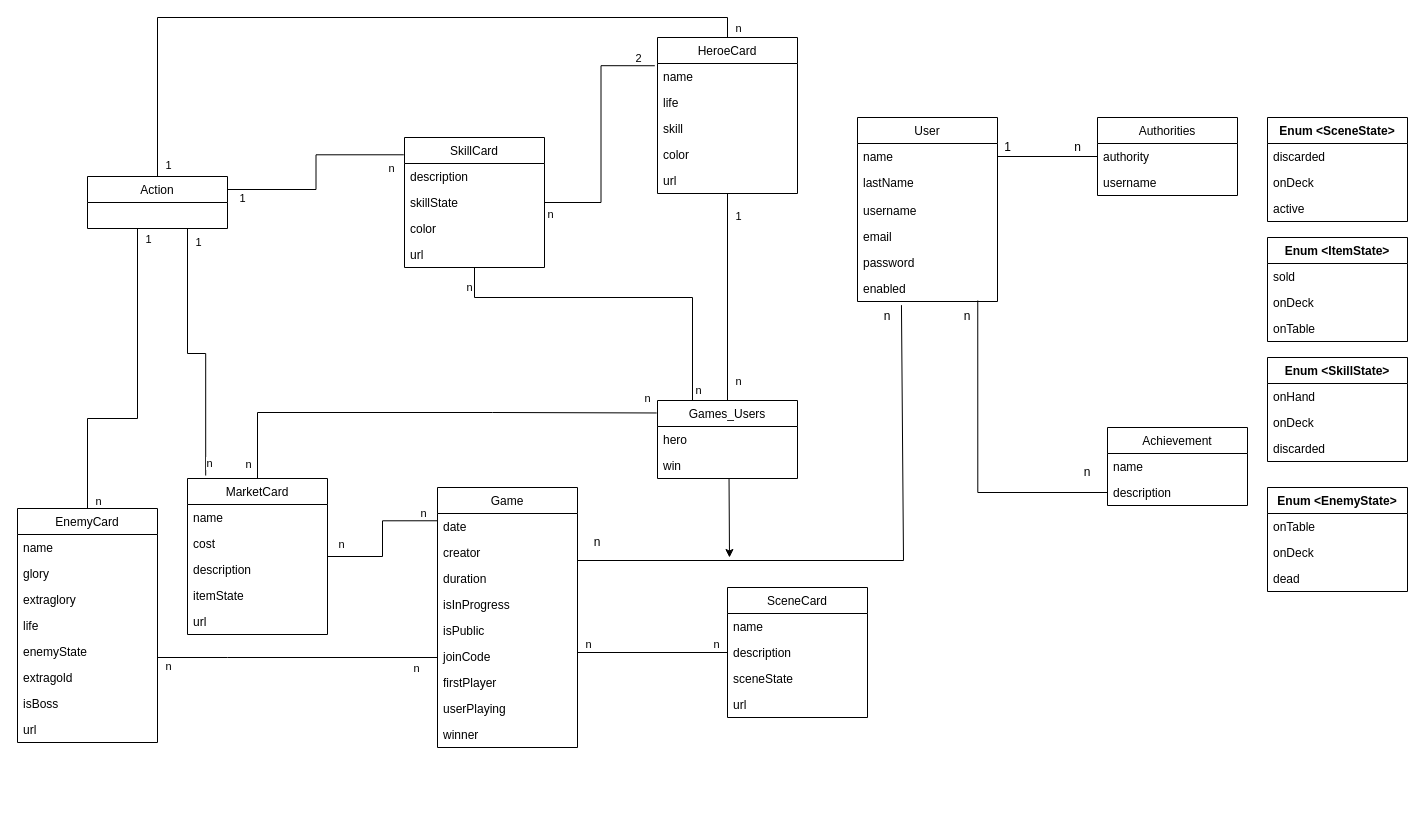
The draw.io diagram docs/modeloConceptual.drawio in gii-is-DP1/dp1-2021-2022-g7-02, before the edit. Source tidied: cells renumbered, new cells numbered last; positions are measured from the earlier drawing's top-left corner, leaving out a move shared by most shapes. Both pictures are drawn from the tidied source at 100%, with x=0, y=0 at pixel (17, 17).
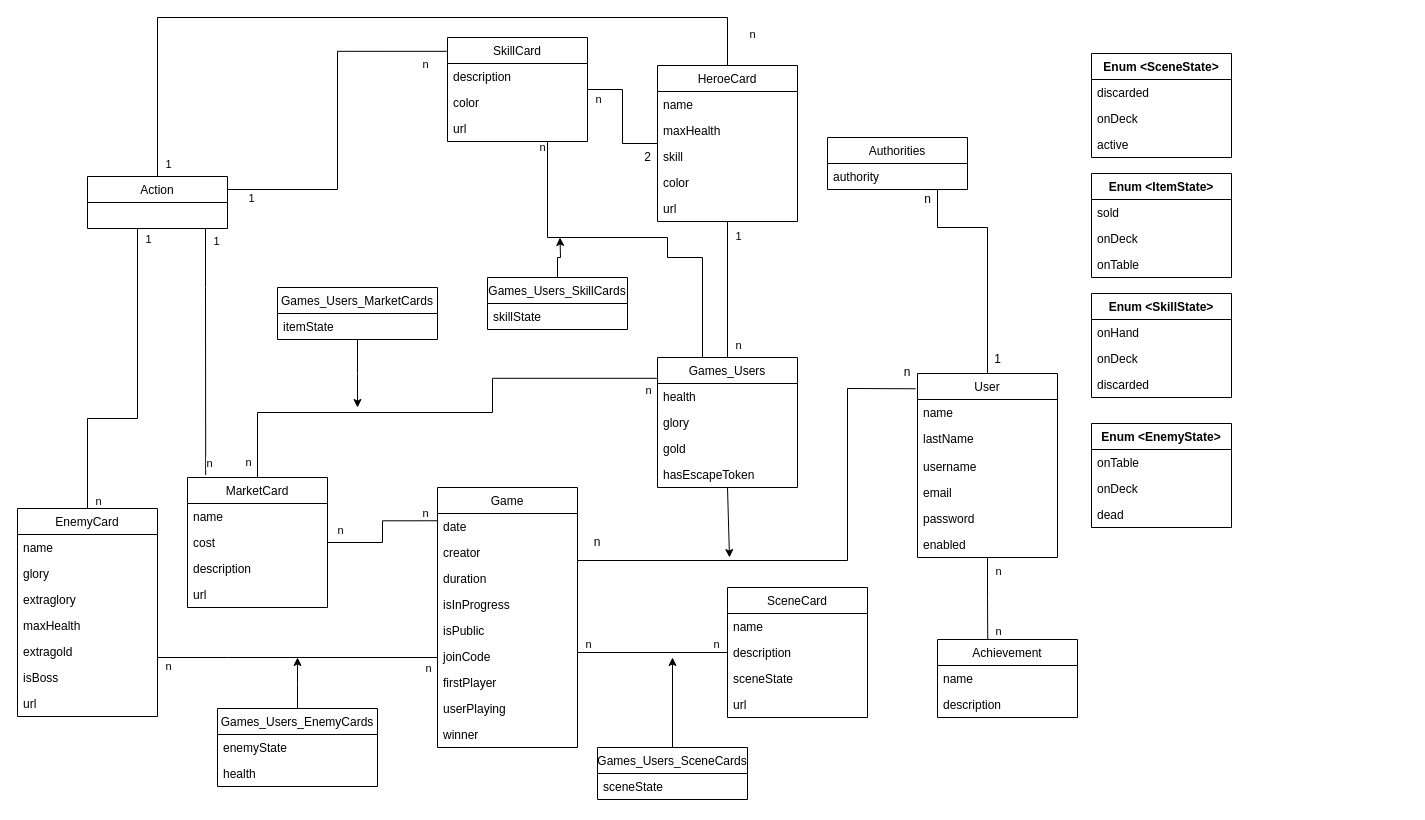
The same page after the edit.

Unchanged cells that the change refers to:
```xml
<mxCell id="3" value="name" style="text;strokeColor=none;fillColor=none;align=left;verticalAlign=top;spacingLeft=4;spacingRight=4;overflow=hidden;points=[[0,0.5],[1,0.5]];portConstraint=eastwest;" parent="2" vertex="1">
  <mxGeometry y="26" width="140" height="26" as="geometry" />
</mxCell>
<mxCell id="8" value="enabled" style="text;strokeColor=none;fillColor=none;align=left;verticalAlign=top;spacingLeft=4;spacingRight=4;overflow=hidden;points=[[0,0.5],[1,0.5]];portConstraint=eastwest;" parent="2" vertex="1">
  <mxGeometry y="158" width="140" height="26" as="geometry" />
</mxCell>
<mxCell id="27" value="description" style="text;strokeColor=none;fillColor=none;align=left;verticalAlign=top;spacingLeft=4;spacingRight=4;overflow=hidden;points=[[0,0.5],[1,0.5]];portConstraint=eastwest;" parent="25" vertex="1">
  <mxGeometry y="52" width="140" height="26" as="geometry" />
</mxCell>
<mxCell id="40" value="authority" style="text;strokeColor=none;fillColor=none;align=left;verticalAlign=top;spacingLeft=4;spacingRight=4;overflow=hidden;points=[[0,0.5],[1,0.5]];portConstraint=eastwest;" parent="39" vertex="1">
  <mxGeometry y="26" width="140" height="26" as="geometry" />
</mxCell>
<mxCell id="45" style="edgeStyle=orthogonalEdgeStyle;rounded=0;jettySize=auto;html=1;startArrow=none;startFill=0;endArrow=none;endFill=0;" parent="1" edge="1" source="48" target="9">
  <mxGeometry relative="1" as="geometry">
    <Array as="points">
      <mxPoint x="210" y="640" />
      <mxPoint x="210" y="640" />
    </Array>
  </mxGeometry>
</mxCell>
<mxCell id="66" style="edgeStyle=orthogonalEdgeStyle;rounded=0;jettySize=auto;html=1;entryX=-0.006;entryY=0.16;entryDx=0;entryDy=0;entryPerimeter=0;startArrow=none;startFill=0;endArrow=none;endFill=0;" parent="1" edge="1" source="69" target="35">
  <mxGeometry relative="1" as="geometry">
    <Array as="points">
      <mxPoint x="240" y="395" />
      <mxPoint x="475" y="395" />
    </Array>
  </mxGeometry>
</mxCell>
<mxCell id="118" value="Action" style="swimlane;fontStyle=0;horizontal=1;startSize=26;fillColor=none;" parent="1" vertex="1">
  <mxGeometry x="70" y="159" width="140" height="52" as="geometry" />
</mxCell>
```

Change to the diagram source:
```diff
@@
+    <mxCell id="119" style="edgeStyle=orthogonalEdgeStyle;rounded=0;jettySize=auto;html=1;entryX=0.359;entryY=-0.005;entryDx=0;entryDy=0;entryPerimeter=0;endArrow=none;endFill=0;" parent="1" edge="1" source="2" target="25">
+      <mxGeometry relative="1" as="geometry" />
+    </mxCell>
+    <mxCell id="120" value="n" style="edgeLabel;html=1;align=center;verticalAlign=middle;" parent="119" vertex="1">
+      <mxGeometry x="0.75" y="-2" relative="1" as="geometry">
+        <mxPoint x="12" y="2" as="offset" />
+      </mxGeometry>
+    </mxCell>
+    <mxCell id="121" value="n" style="edgeLabel;html=1;align=center;verticalAlign=middle;" parent="119" vertex="1">
+      <mxGeometry x="-0.69" relative="1" as="geometry">
+        <mxPoint x="10" as="offset" />
+      </mxGeometry>
+    </mxCell>
     <mxCell id="2" value="User" style="swimlane;fontStyle=0;horizontal=1;startSize=26;fillColor=none;" parent="1" vertex="1">
-      <mxGeometry x="840" y="100" width="140" height="184" as="geometry" />
+      <mxGeometry x="900" y="356" width="140" height="184" as="geometry" />
     </mxCell>
@@
-    <mxCell id="19" style="endArrow=none;html=1;rounded=0;endFill=0;exitX=0.314;exitY=1.139;exitDx=0;exitDy=0;exitPerimeter=0;" parent="1" edge="1" source="8">
+    <mxCell id="19" style="endArrow=none;html=1;rounded=0;endFill=0;exitX=-0.013;exitY=0.083;exitDx=0;exitDy=0;exitPerimeter=0;" parent="1" edge="1" source="2">
       <mxGeometry relative="1" as="geometry">
         <mxPoint x="560" y="543" as="targetPoint" />
         <Array as="points">
-          <mxPoint x="886" y="543" />
+          <mxPoint x="830" y="371" />
+          <mxPoint x="830" y="543" />
         </Array>
       </mxGeometry>
     </mxCell>
     <mxCell id="20" value="Enum &lt;SkillState&gt;" style="swimlane;fontStyle=1;horizontal=1;startSize=26;fillColor=none;" parent="1" vertex="1">
-      <mxGeometry x="1250" y="340" width="140" height="104" as="geometry" />
+      <mxGeometry x="1074" y="276" width="140" height="104" as="geometry" />
     </mxCell>
@@
-    <mxCell id="24" style="edgeStyle=orthogonalEdgeStyle;rounded=0;jettySize=auto;html=1;entryX=0;entryY=0.5;entryDx=0;entryDy=0;endArrow=none;endFill=0;exitX=0.859;exitY=0.963;exitDx=0;exitDy=0;exitPerimeter=0;" parent="1" edge="1" source="8" target="27">
-      <mxGeometry relative="1" as="geometry" />
-    </mxCell>
     <mxCell id="25" value="Achievement" style="swimlane;fontStyle=0;horizontal=1;startSize=26;fillColor=none;" parent="1" vertex="1">
-      <mxGeometry x="1090" y="410" width="140" height="78" as="geometry" />
+      <mxGeometry x="920" y="622" width="140" height="78" as="geometry" />
     </mxCell>
@@
-    <mxCell id="28" value="n" style="text;html=1;strokeColor=none;fillColor=none;align=center;verticalAlign=middle;whiteSpace=wrap;rounded=0;" parent="1" vertex="1">
-      <mxGeometry x="940" y="284" width="20" height="30" as="geometry" />
-    </mxCell>
-    <mxCell id="29" value="n" style="text;html=1;strokeColor=none;fillColor=none;align=center;verticalAlign=middle;whiteSpace=wrap;rounded=0;" parent="1" vertex="1">
-      <mxGeometry x="1060" y="440" width="20" height="30" as="geometry" />
-    </mxCell>
@@
     <mxCell id="31" value="n" style="text;html=1;strokeColor=none;fillColor=none;align=center;verticalAlign=middle;whiteSpace=wrap;rounded=0;" parent="1" vertex="1">
-      <mxGeometry x="860" y="284" width="20" height="30" as="geometry" />
+      <mxGeometry x="880" y="340" width="20" height="30" as="geometry" />
     </mxCell>
@@
     <mxCell id="35" value="Games_Users" style="swimlane;fontStyle=0;horizontal=1;startSize=26;fillColor=none;" parent="1" vertex="1">
-      <mxGeometry x="640" y="383" width="140" height="78" as="geometry" />
+      <mxGeometry x="640" y="340" width="140" height="130" as="geometry" />
     </mxCell>
-    <mxCell id="36" value="hero" style="text;strokeColor=none;fillColor=none;align=left;verticalAlign=top;spacingLeft=4;spacingRight=4;overflow=hidden;" parent="35" vertex="1">
-      <mxGeometry y="26" width="140" height="26" as="geometry" />
-    </mxCell>
-    <mxCell id="37" value="win" style="text;strokeColor=none;fillColor=none;align=left;verticalAlign=top;spacingLeft=4;spacingRight=4;overflow=hidden;points=[[0,0.5],[1,0.5]];portConstraint=eastwest;" parent="35" vertex="1">
-      <mxGeometry y="52" width="140" height="26" as="geometry" />
-    </mxCell>
+    <mxCell id="122" value="health" style="text;strokeColor=none;fillColor=none;align=left;verticalAlign=top;spacingLeft=4;spacingRight=4;overflow=hidden;" parent="35" vertex="1">
+      <mxGeometry y="26" width="140" height="26" as="geometry" />
+    </mxCell>
+    <mxCell id="123" value="glory" style="text;strokeColor=none;fillColor=none;align=left;verticalAlign=top;spacingLeft=4;spacingRight=4;overflow=hidden;" parent="35" vertex="1">
+      <mxGeometry y="52" width="140" height="26" as="geometry" />
+    </mxCell>
+    <mxCell id="124" value="gold" style="text;strokeColor=none;fillColor=none;align=left;verticalAlign=top;spacingLeft=4;spacingRight=4;overflow=hidden;" parent="35" vertex="1">
+      <mxGeometry y="78" width="140" height="26" as="geometry" />
+    </mxCell>
+    <mxCell id="125" value="hasEscapeToken" style="text;strokeColor=none;fillColor=none;align=left;verticalAlign=top;spacingLeft=4;spacingRight=4;overflow=hidden;" parent="35" vertex="1">
+      <mxGeometry y="104" width="140" height="26" as="geometry" />
+    </mxCell>
-    <mxCell id="38" style="endArrow=none;html=1;rounded=0;entryX=0.511;entryY=0.984;entryDx=0;entryDy=0;entryPerimeter=0;endFill=0;startArrow=classic;startFill=1;" parent="1" edge="1" target="37">
+    <mxCell id="38" style="endArrow=none;html=1;rounded=0;endFill=0;startArrow=classic;startFill=1;entryX=0.5;entryY=1;entryDx=0;entryDy=0;" parent="1" edge="1" target="35">
       <mxGeometry relative="1" as="geometry">
         <mxPoint x="712" y="540" as="sourcePoint" />
       </mxGeometry>
     </mxCell>
     <mxCell id="39" value="Authorities" style="swimlane;fontStyle=0;horizontal=1;startSize=26;fillColor=none;" parent="1" vertex="1">
-      <mxGeometry x="1080" y="100" width="140" height="78" as="geometry" />
+      <mxGeometry x="810" y="120" width="140" height="52" as="geometry" />
     </mxCell>
@@
-    <mxCell id="41" value="username" style="text;strokeColor=none;fillColor=none;align=left;verticalAlign=top;spacingLeft=4;spacingRight=4;overflow=hidden;" parent="39" vertex="1">
-      <mxGeometry y="52" width="140" height="26" as="geometry" />
-    </mxCell>
-    <mxCell id="42" style="edgeStyle=orthogonalEdgeStyle;rounded=0;jettySize=auto;html=1;entryX=0;entryY=0.5;entryDx=0;entryDy=0;endArrow=none;endFill=0;" parent="1" edge="1" source="3" target="40">
-      <mxGeometry relative="1" as="geometry" />
+    <mxCell id="42" style="edgeStyle=orthogonalEdgeStyle;rounded=0;jettySize=auto;html=1;endArrow=none;endFill=0;exitX=0.5;exitY=0;exitDx=0;exitDy=0;entryX=0.695;entryY=1.002;entryDx=0;entryDy=0;entryPerimeter=0;" parent="1" edge="1" source="2" target="40">
+      <mxGeometry relative="1" as="geometry">
+        <Array as="points">
+          <mxPoint x="970" y="210" />
+          <mxPoint x="920" y="210" />
+          <mxPoint x="920" y="172" />
+        </Array>
+      </mxGeometry>
     </mxCell>
     <mxCell id="43" value="1" style="text;html=1;align=center;verticalAlign=middle;strokeColor=none;fillColor=none;" parent="1" vertex="1">
-      <mxGeometry x="980" y="120" width="20" height="20" as="geometry" />
+      <mxGeometry x="970" y="332" width="20" height="20" as="geometry" />
     </mxCell>
     <mxCell id="44" value="n" style="text;html=1;align=center;verticalAlign=middle;strokeColor=none;fillColor=none;" parent="1" vertex="1">
-      <mxGeometry x="1050" y="120" width="20" height="20" as="geometry" />
+      <mxGeometry x="900" y="172" width="20" height="20" as="geometry" />
     </mxCell>
@@
     <mxCell id="47" value="n" style="edgeLabel;html=1;align=center;verticalAlign=middle;" parent="45" vertex="1">
       <mxGeometry x="0.84" y="-2" relative="1" as="geometry">
-        <mxPoint y="8" as="offset" />
+        <mxPoint x="12" y="8" as="offset" />
       </mxGeometry>
     </mxCell>
     <mxCell id="48" value="EnemyCard" style="swimlane;fontStyle=0;horizontal=1;startSize=26;fillColor=none;" parent="1" vertex="1">
-      <mxGeometry y="491" width="140" height="234" as="geometry" />
+      <mxGeometry y="491" width="140" height="208" as="geometry" />
     </mxCell>
@@
-    <mxCell id="52" value="life" style="text;strokeColor=none;fillColor=none;align=left;verticalAlign=top;spacingLeft=4;spacingRight=4;overflow=hidden;" parent="48" vertex="1">
+    <mxCell id="52" value="maxHealth" style="text;strokeColor=none;fillColor=none;align=left;verticalAlign=top;spacingLeft=4;spacingRight=4;overflow=hidden;" parent="48" vertex="1">
       <mxGeometry y="104" width="140" height="26" as="geometry" />
     </mxCell>
-    <mxCell id="53" value="enemyState" style="text;strokeColor=none;fillColor=none;align=left;verticalAlign=top;spacingLeft=4;spacingRight=4;overflow=hidden;" parent="48" vertex="1">
-      <mxGeometry y="130" width="140" height="26" as="geometry" />
-    </mxCell>
     <mxCell id="54" value="extragold" style="text;strokeColor=none;fillColor=none;align=left;verticalAlign=top;spacingLeft=4;spacingRight=4;overflow=hidden;" parent="48" vertex="1">
-      <mxGeometry y="156" width="140" height="26" as="geometry" />
+      <mxGeometry y="130" width="140" height="26" as="geometry" />
     </mxCell>
     <mxCell id="55" value="isBoss" style="text;strokeColor=none;fillColor=none;align=left;verticalAlign=top;spacingLeft=4;spacingRight=4;overflow=hidden;" parent="48" vertex="1">
-      <mxGeometry y="182" width="140" height="26" as="geometry" />
+      <mxGeometry y="156" width="140" height="26" as="geometry" />
     </mxCell>
     <mxCell id="56" value="url" style="text;strokeColor=none;fillColor=none;align=left;verticalAlign=top;spacingLeft=4;spacingRight=4;overflow=hidden;" parent="48" vertex="1">
-      <mxGeometry y="208" width="140" height="26" as="geometry" />
+      <mxGeometry y="182" width="140" height="26" as="geometry" />
     </mxCell>
     <mxCell id="57" value="HeroeCard" style="swimlane;fontStyle=0;horizontal=1;startSize=26;fillColor=none;" parent="1" vertex="1">
-      <mxGeometry x="640" y="20" width="140" height="156" as="geometry" />
+      <mxGeometry x="640" y="48" width="140" height="156" as="geometry" />
     </mxCell>
@@
-    <mxCell id="59" value="life" style="text;strokeColor=none;fillColor=none;align=left;verticalAlign=top;spacingLeft=4;spacingRight=4;overflow=hidden;" parent="57" vertex="1">
+    <mxCell id="59" value="maxHealth" style="text;strokeColor=none;fillColor=none;align=left;verticalAlign=top;spacingLeft=4;spacingRight=4;overflow=hidden;" parent="57" vertex="1">
       <mxGeometry y="52" width="140" height="26" as="geometry" />
     </mxCell>
@@
     <mxCell id="68" value="n" style="edgeLabel;html=1;align=center;verticalAlign=middle;" parent="66" vertex="1">
       <mxGeometry x="0.94" y="-1" relative="1" as="geometry">
-        <mxPoint x="5" y="-16" as="offset" />
+        <mxPoint x="7" y="11" as="offset" />
       </mxGeometry>
     </mxCell>
     <mxCell id="69" value="MarketCard" style="swimlane;fontStyle=0;horizontal=1;startSize=26;fillColor=none;" parent="1" vertex="1">
-      <mxGeometry x="170" y="461" width="140" height="156" as="geometry" />
+      <mxGeometry x="170" y="460" width="140" height="130" as="geometry" />
     </mxCell>
@@
-    <mxCell id="73" value="itemState" style="text;strokeColor=none;fillColor=none;align=left;verticalAlign=top;spacingLeft=4;spacingRight=4;overflow=hidden;" parent="69" vertex="1">
-      <mxGeometry y="104" width="140" height="26" as="geometry" />
-    </mxCell>
     <mxCell id="74" value="url" style="text;strokeColor=none;fillColor=none;align=left;verticalAlign=top;spacingLeft=4;spacingRight=4;overflow=hidden;" parent="69" vertex="1">
-      <mxGeometry y="130" width="140" height="26" as="geometry" />
+      <mxGeometry y="104" width="140" height="26" as="geometry" />
     </mxCell>
@@
     <mxCell id="83" style="edgeStyle=orthogonalEdgeStyle;rounded=0;jettySize=auto;html=1;startArrow=none;startFill=0;endArrow=none;endFill=0;entryX=0.25;entryY=0;entryDx=0;entryDy=0;" parent="1" edge="1" source="89" target="35">
       <mxGeometry relative="1" as="geometry">
         <Array as="points">
-          <mxPoint x="457" y="280" />
-          <mxPoint x="675" y="280" />
+          <mxPoint x="530" y="220" />
+          <mxPoint x="650" y="220" />
+          <mxPoint x="650" y="240" />
+          <mxPoint x="685" y="240" />
         </Array>
       </mxGeometry>
     </mxCell>
     <mxCell id="84" value="n" style="edgeLabel;html=1;align=center;verticalAlign=middle;" parent="83" vertex="1">
       <mxGeometry x="-0.86" y="-3" relative="1" as="geometry">
-        <mxPoint x="-3" y="-6" as="offset" />
+        <mxPoint x="-3" y="-22" as="offset" />
       </mxGeometry>
     </mxCell>
-    <mxCell id="85" value="n" style="edgeLabel;html=1;align=center;verticalAlign=middle;" parent="83" vertex="1">
-      <mxGeometry x="0.94" y="1" relative="1" as="geometry">
-        <mxPoint x="4" as="offset" />
-      </mxGeometry>
-    </mxCell>
-    <mxCell id="86" style="edgeStyle=orthogonalEdgeStyle;rounded=0;jettySize=auto;html=1;entryX=-0.019;entryY=0.181;entryDx=0;entryDy=0;entryPerimeter=0;startArrow=none;startFill=0;endArrow=none;endFill=0;" parent="1" edge="1" source="89" target="57">
+    <mxCell id="86" style="edgeStyle=orthogonalEdgeStyle;rounded=0;jettySize=auto;html=1;endArrow=none;endFill=0;" parent="1" edge="1" source="89" target="57">
       <mxGeometry relative="1" as="geometry" />
     </mxCell>
-    <mxCell id="87" value="2" style="edgeLabel;html=1;align=center;verticalAlign=middle;" parent="86" vertex="1">
-      <mxGeometry x="0.86" relative="1" as="geometry">
-        <mxPoint y="-8" as="offset" />
-      </mxGeometry>
-    </mxCell>
-    <mxCell id="88" value="n" style="edgeLabel;html=1;align=center;verticalAlign=middle;" parent="86" vertex="1">
-      <mxGeometry x="-0.86" y="2" relative="1" as="geometry">
-        <mxPoint x="-12" y="13" as="offset" />
-      </mxGeometry>
-    </mxCell>
+    <mxCell id="126" value="n" style="edgeLabel;html=1;align=center;verticalAlign=middle;" parent="86" vertex="1">
+      <mxGeometry x="-0.43" y="3" relative="1" as="geometry">
+        <mxPoint x="-28" y="9" as="offset" />
+      </mxGeometry>
+    </mxCell>
     <mxCell id="89" value="SkillCard" style="swimlane;fontStyle=0;horizontal=1;startSize=26;fillColor=none;" parent="1" vertex="1">
-      <mxGeometry x="387" y="120" width="140" height="130" as="geometry" />
+      <mxGeometry x="430" y="20" width="140" height="104" as="geometry" />
     </mxCell>
@@
-    <mxCell id="91" value="skillState" style="text;strokeColor=none;fillColor=none;align=left;verticalAlign=top;spacingLeft=4;spacingRight=4;overflow=hidden;" parent="89" vertex="1">
-      <mxGeometry y="52" width="140" height="26" as="geometry" />
-    </mxCell>
     <mxCell id="92" value="color" style="text;strokeColor=none;fillColor=none;align=left;verticalAlign=top;spacingLeft=4;spacingRight=4;overflow=hidden;" parent="89" vertex="1">
-      <mxGeometry y="78" width="140" height="26" as="geometry" />
+      <mxGeometry y="52" width="140" height="26" as="geometry" />
     </mxCell>
     <mxCell id="93" value="url" style="text;strokeColor=none;fillColor=none;align=left;verticalAlign=top;spacingLeft=4;spacingRight=4;overflow=hidden;" parent="89" vertex="1">
-      <mxGeometry y="104" width="140" height="26" as="geometry" />
+      <mxGeometry y="78" width="140" height="26" as="geometry" />
     </mxCell>
     <mxCell id="94" value="Enum &lt;EnemyState&gt;" style="swimlane;fontStyle=1;horizontal=1;startSize=26;fillColor=none;" parent="1" vertex="1">
-      <mxGeometry x="1250" y="470" width="140" height="104" as="geometry" />
+      <mxGeometry x="1074" y="406" width="140" height="104" as="geometry" />
     </mxCell>
@@
     <mxCell id="98" value="Enum &lt;ItemState&gt;" style="swimlane;fontStyle=1;horizontal=1;startSize=26;fillColor=none;" parent="1" vertex="1">
-      <mxGeometry x="1250" y="220" width="140" height="104" as="geometry" />
+      <mxGeometry x="1074" y="156" width="140" height="104" as="geometry" />
     </mxCell>
@@
     <mxCell id="102" value="Enum &lt;SceneState&gt;" style="swimlane;fontStyle=1;horizontal=1;startSize=26;fillColor=none;" parent="1" vertex="1">
-      <mxGeometry x="1250" y="100" width="140" height="104" as="geometry" />
+      <mxGeometry x="1074" y="36" width="140" height="104" as="geometry" />
     </mxCell>
@@
     <mxCell id="112" style="edgeStyle=orthogonalEdgeStyle;rounded=0;jettySize=auto;html=1;entryX=0.13;entryY=-0.019;entryDx=0;entryDy=0;entryPerimeter=0;startArrow=none;startFill=0;endArrow=none;endFill=0;" parent="1" edge="1" source="118" target="69">
       <mxGeometry relative="1" as="geometry">
         <Array as="points">
-          <mxPoint x="170" y="336" />
-          <mxPoint x="188" y="336" />
+          <mxPoint x="188" y="270" />
+          <mxPoint x="188" y="270" />
         </Array>
       </mxGeometry>
     </mxCell>
@@
+    <mxCell id="127" style="edgeStyle=orthogonalEdgeStyle;rounded=0;jettySize=auto;html=1;endArrow=classic;endFill=1;exitX=0.5;exitY=0;exitDx=0;exitDy=0;" parent="1" edge="1" source="128">
+      <mxGeometry relative="1" as="geometry">
+        <mxPoint x="542.5" y="220" as="targetPoint" />
+      </mxGeometry>
+    </mxCell>
+    <mxCell id="87" value="2" style="text;html=1;align=center;verticalAlign=middle;strokeColor=none;fillColor=none;" parent="1" vertex="1">
+      <mxGeometry x="620" y="130" width="20" height="20" as="geometry" />
+    </mxCell>
+    <mxCell id="128" value="Games_Users_SkillCards" style="swimlane;fontStyle=0;horizontal=1;startSize=26;fillColor=none;" parent="1" vertex="1">
+      <mxGeometry x="470" y="260" width="140" height="52" as="geometry" />
+    </mxCell>
+    <mxCell id="91" value="skillState" style="text;strokeColor=none;fillColor=none;align=left;verticalAlign=top;spacingLeft=4;spacingRight=4;overflow=hidden;" parent="128" vertex="1">
+      <mxGeometry y="26" width="140" height="26" as="geometry" />
+    </mxCell>
+    <mxCell id="129" style="edgeStyle=orthogonalEdgeStyle;rounded=0;jettySize=auto;html=1;endArrow=classic;endFill=1;" parent="1" edge="1" source="130">
+      <mxGeometry relative="1" as="geometry">
+        <mxPoint x="340" y="390" as="targetPoint" />
+      </mxGeometry>
+    </mxCell>
+    <mxCell id="130" value="Games_Users_MarketCards" style="swimlane;fontStyle=0;horizontal=1;startSize=26;fillColor=none;" parent="1" vertex="1">
+      <mxGeometry x="260" y="270" width="160" height="52" as="geometry" />
+    </mxCell>
+    <mxCell id="73" value="itemState" style="text;strokeColor=none;fillColor=none;align=left;verticalAlign=top;spacingLeft=4;spacingRight=4;overflow=hidden;" parent="130" vertex="1">
+      <mxGeometry y="26" width="160" height="26" as="geometry" />
+    </mxCell>
+    <mxCell id="131" style="edgeStyle=orthogonalEdgeStyle;rounded=0;jettySize=auto;html=1;endArrow=classic;endFill=1;" parent="1" edge="1" source="132">
+      <mxGeometry relative="1" as="geometry">
+        <mxPoint x="280" y="640" as="targetPoint" />
+      </mxGeometry>
+    </mxCell>
+    <mxCell id="132" value="Games_Users_EnemyCards" style="swimlane;fontStyle=0;horizontal=1;startSize=26;fillColor=none;" parent="1" vertex="1">
+      <mxGeometry x="200" y="691" width="160" height="78" as="geometry" />
+    </mxCell>
+    <mxCell id="53" value="enemyState" style="text;strokeColor=none;fillColor=none;align=left;verticalAlign=top;spacingLeft=4;spacingRight=4;overflow=hidden;" parent="132" vertex="1">
+      <mxGeometry y="26" width="160" height="26" as="geometry" />
+    </mxCell>
+    <mxCell id="133" value="health" style="text;strokeColor=none;fillColor=none;align=left;verticalAlign=top;spacingLeft=4;spacingRight=4;overflow=hidden;" parent="132" vertex="1">
+      <mxGeometry y="52" width="160" height="26" as="geometry" />
+    </mxCell>
+    <mxCell id="134" style="edgeStyle=orthogonalEdgeStyle;rounded=0;jettySize=auto;html=1;endArrow=classic;endFill=1;" parent="1" edge="1" source="135">
+      <mxGeometry relative="1" as="geometry">
+        <mxPoint x="655" y="640" as="targetPoint" />
+      </mxGeometry>
+    </mxCell>
+    <mxCell id="135" value="Games_Users_SceneCards" style="swimlane;fontStyle=0;horizontal=1;startSize=26;fillColor=none;" parent="1" vertex="1">
+      <mxGeometry x="580" y="730" width="150" height="52" as="geometry" />
+    </mxCell>
+    <mxCell id="136" value="sceneState" style="text;strokeColor=none;fillColor=none;align=left;verticalAlign=top;spacingLeft=4;spacingRight=4;overflow=hidden;" parent="135" vertex="1">
+      <mxGeometry y="26" width="150" height="26" as="geometry" />
+    </mxCell>
```
